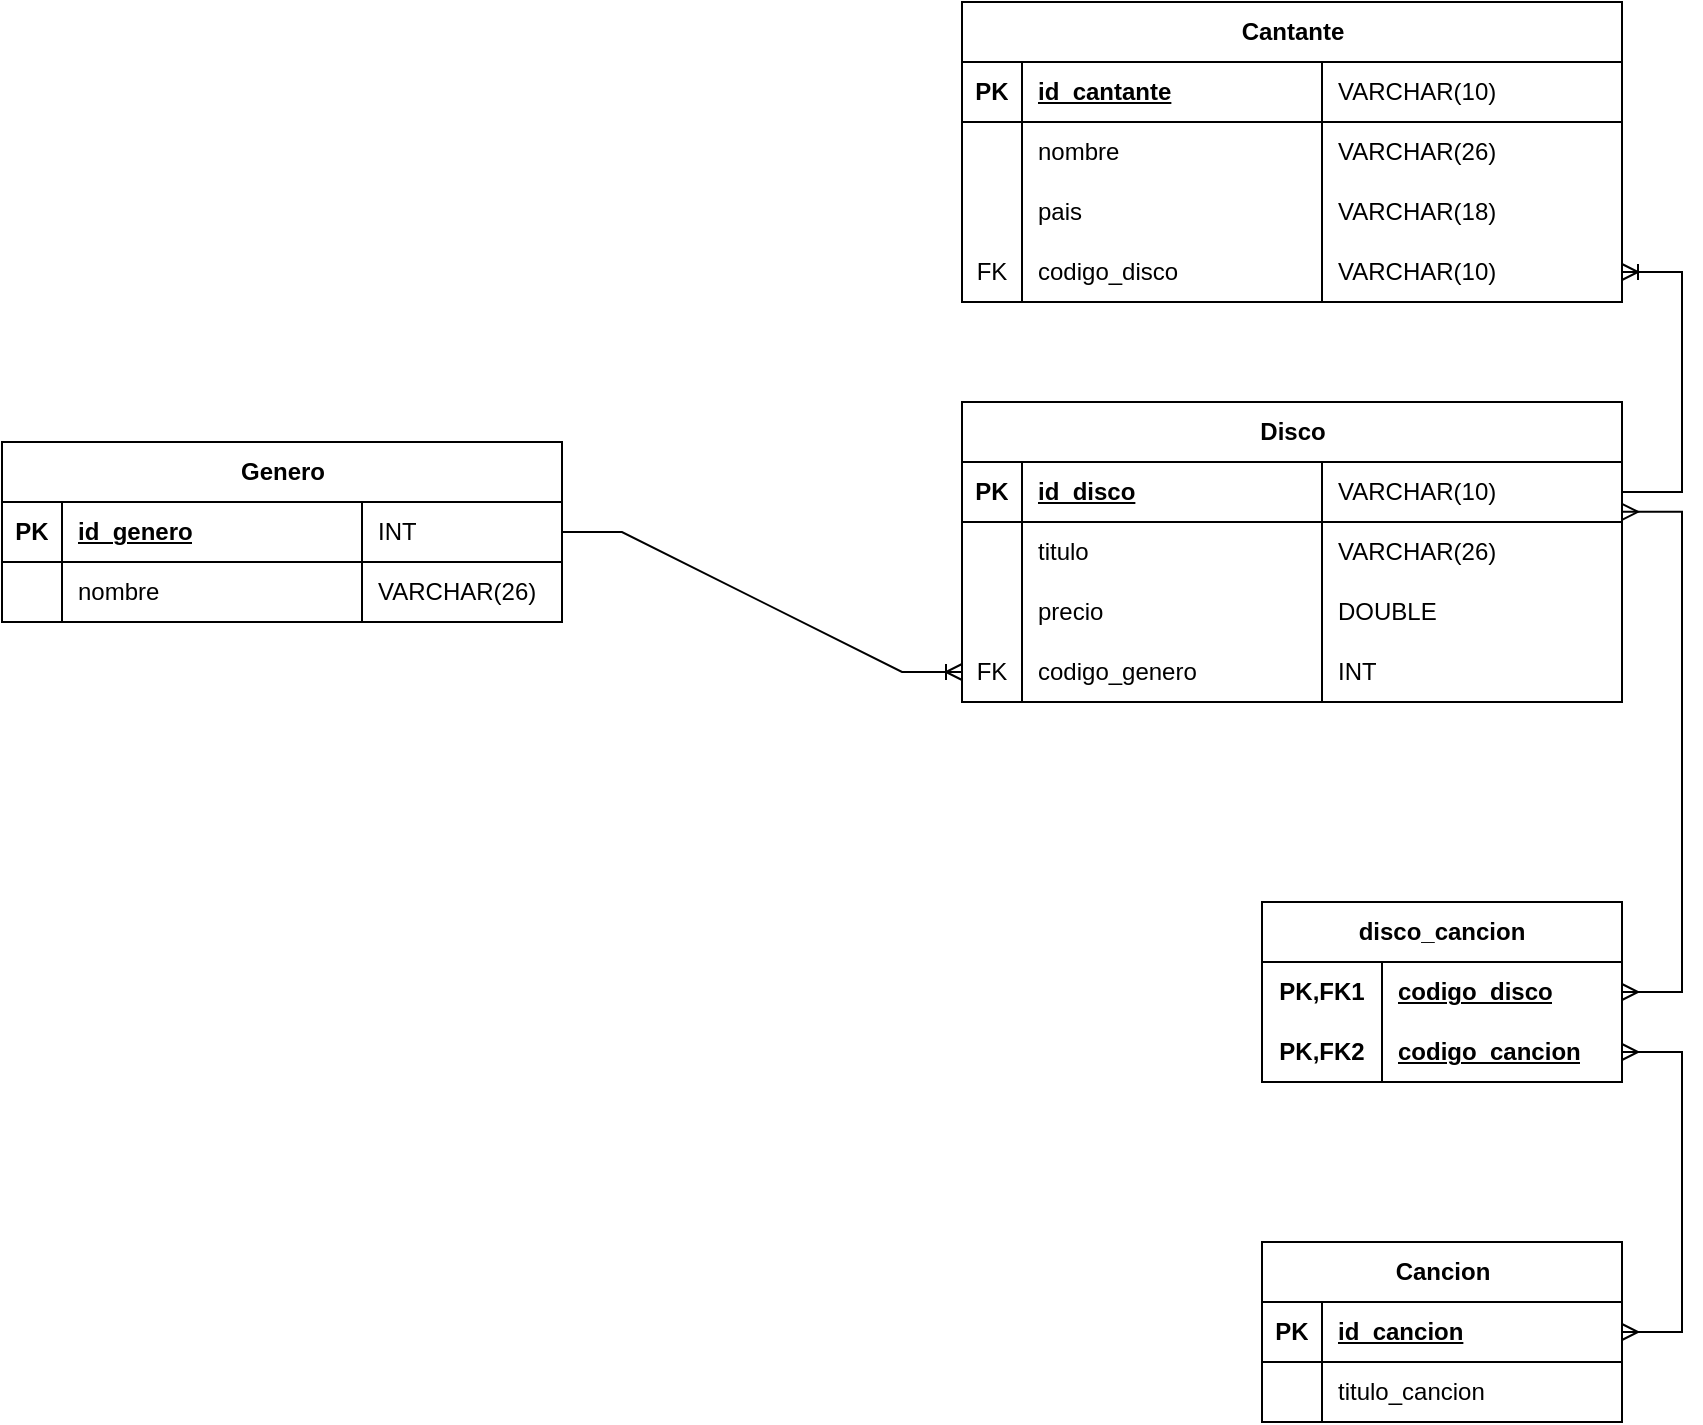
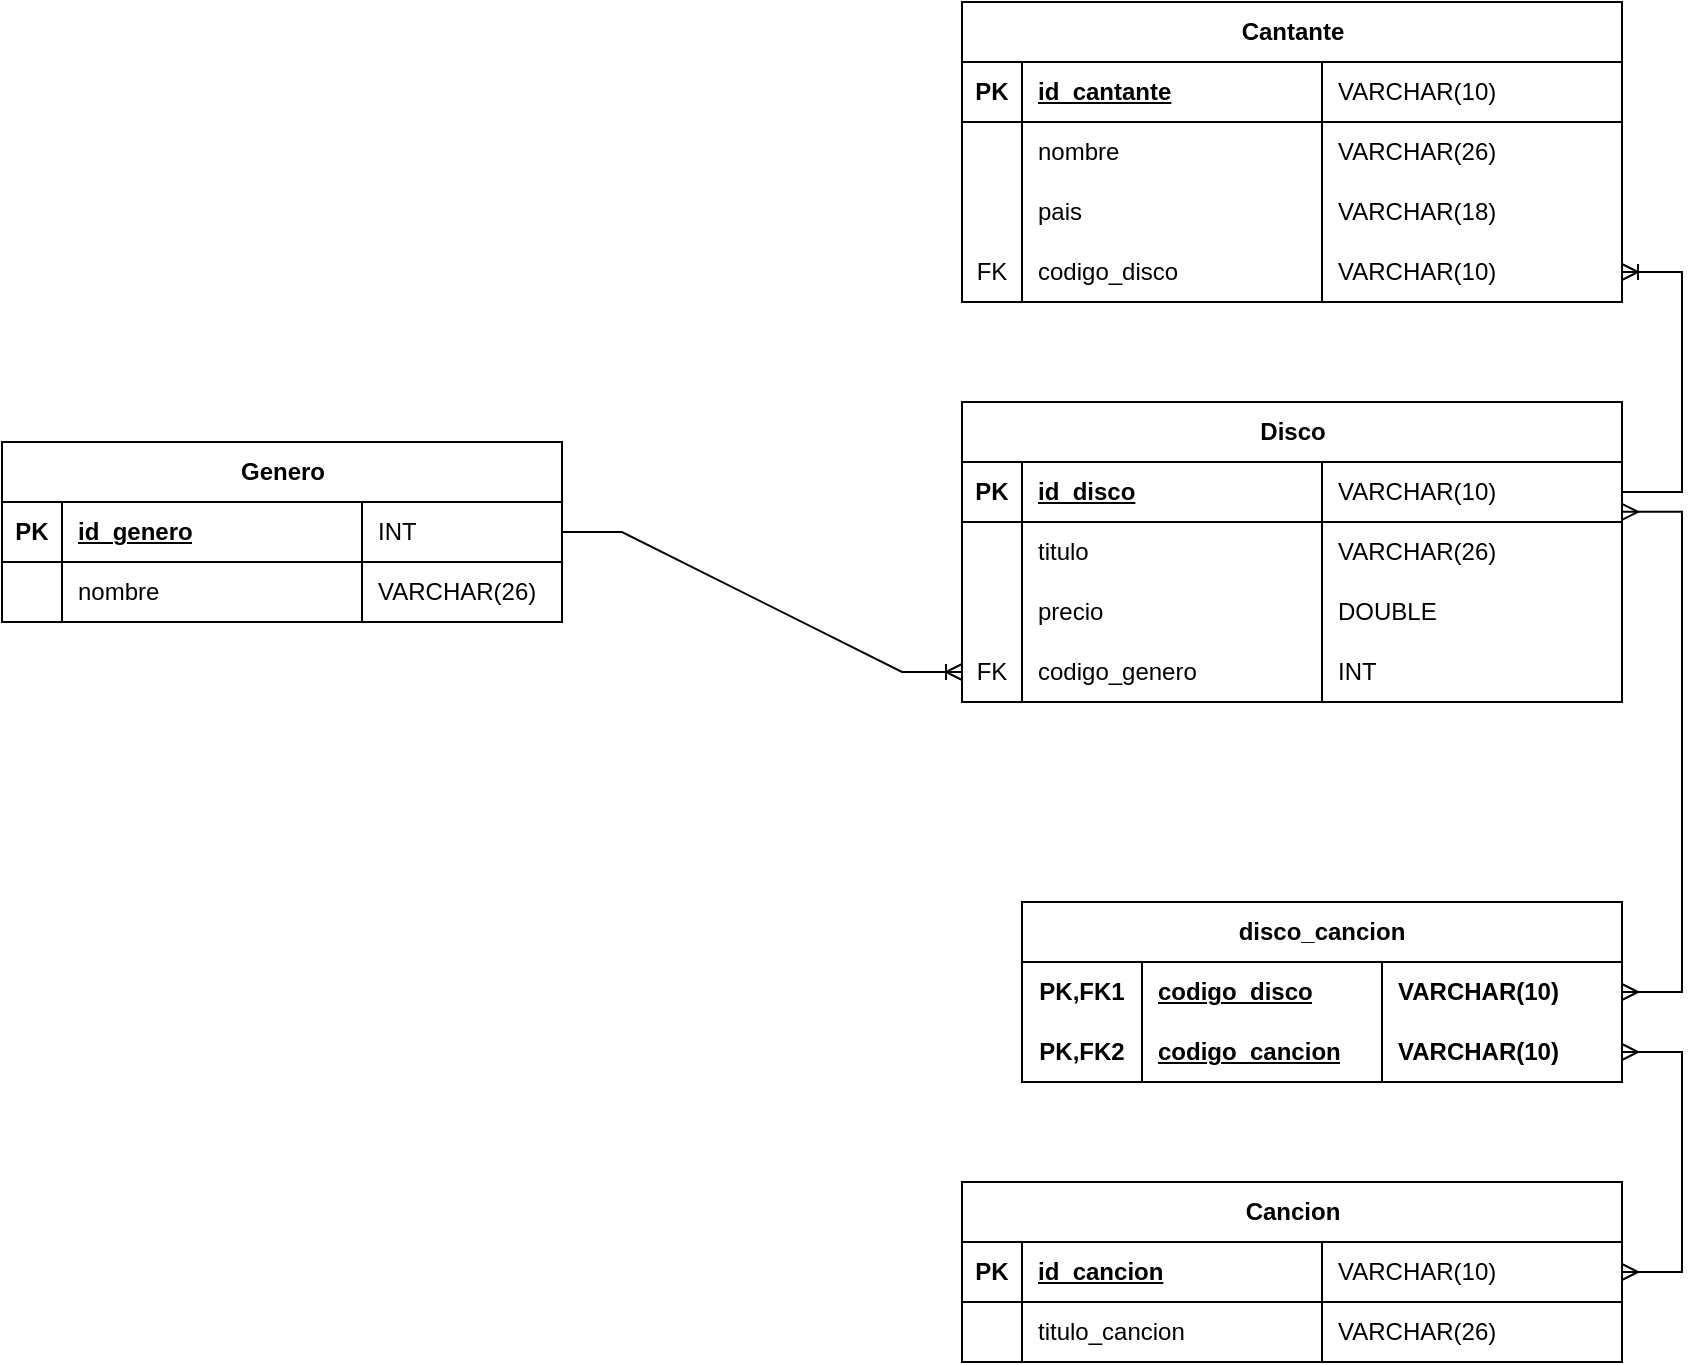
<mxfile host="app.diagrams.net">
  <diagram name="Página-1" id="dqd3KGk54zjCU4Dp6PCk">
    <mxGraphModel dx="1393" dy="975" grid="1" gridSize="10" guides="1" tooltips="1" connect="1" arrows="1" fold="1" page="1" pageScale="1" pageWidth="1200" pageHeight="1600" math="0" shadow="0">
      <root>
        <mxCell id="0" />
        <mxCell id="1" parent="0" />
        <mxCell id="ucTggXmN83-6TeWWMjYJ-1" parent="1" style="shape=table;startSize=30;container=1;collapsible=1;childLayout=tableLayout;fixedRows=1;rowLines=0;fontStyle=1;align=center;resizeLast=1;html=1;" value="Genero" vertex="1">
          <mxGeometry height="90" width="280" x="40" y="260" as="geometry" />
        </mxCell>
        <mxCell id="ucTggXmN83-6TeWWMjYJ-2" parent="ucTggXmN83-6TeWWMjYJ-1" style="shape=tableRow;horizontal=0;startSize=0;swimlaneHead=0;swimlaneBody=0;fillColor=none;collapsible=0;dropTarget=0;points=[[0,0.5],[1,0.5]];portConstraint=eastwest;top=0;left=0;right=0;bottom=1;" value="" vertex="1">
          <mxGeometry height="30" width="280" y="30" as="geometry" />
        </mxCell>
        <mxCell id="ucTggXmN83-6TeWWMjYJ-3" parent="ucTggXmN83-6TeWWMjYJ-2" style="shape=partialRectangle;connectable=0;fillColor=none;top=0;left=0;bottom=0;right=0;fontStyle=1;overflow=hidden;whiteSpace=wrap;html=1;" value="PK" vertex="1">
          <mxGeometry height="30" width="30" as="geometry">
            <mxRectangle height="30" width="30" as="alternateBounds" />
          </mxGeometry>
        </mxCell>
        <mxCell id="ucTggXmN83-6TeWWMjYJ-27" parent="ucTggXmN83-6TeWWMjYJ-2" style="shape=partialRectangle;connectable=0;fillColor=none;top=0;left=0;bottom=0;right=0;align=left;spacingLeft=6;fontStyle=5;overflow=hidden;whiteSpace=wrap;html=1;" value="id_genero" vertex="1">
          <mxGeometry height="30" width="150" x="30" as="geometry">
            <mxRectangle height="30" width="150" as="alternateBounds" />
          </mxGeometry>
        </mxCell>
        <mxCell id="ucTggXmN83-6TeWWMjYJ-4" parent="ucTggXmN83-6TeWWMjYJ-2" style="shape=partialRectangle;connectable=0;fillColor=none;top=0;left=0;bottom=0;right=0;align=left;spacingLeft=6;fontStyle=0;overflow=hidden;whiteSpace=wrap;html=1;" value="INT" vertex="1">
          <mxGeometry height="30" width="100" x="180" as="geometry">
            <mxRectangle height="30" width="100" as="alternateBounds" />
          </mxGeometry>
        </mxCell>
        <mxCell id="ucTggXmN83-6TeWWMjYJ-5" parent="ucTggXmN83-6TeWWMjYJ-1" style="shape=tableRow;horizontal=0;startSize=0;swimlaneHead=0;swimlaneBody=0;fillColor=none;collapsible=0;dropTarget=0;points=[[0,0.5],[1,0.5]];portConstraint=eastwest;top=0;left=0;right=0;bottom=0;" value="" vertex="1">
          <mxGeometry height="30" width="280" y="60" as="geometry" />
        </mxCell>
        <mxCell id="ucTggXmN83-6TeWWMjYJ-6" parent="ucTggXmN83-6TeWWMjYJ-5" style="shape=partialRectangle;connectable=0;fillColor=none;top=0;left=0;bottom=0;right=0;editable=1;overflow=hidden;whiteSpace=wrap;html=1;" value="" vertex="1">
          <mxGeometry height="30" width="30" as="geometry">
            <mxRectangle height="30" width="30" as="alternateBounds" />
          </mxGeometry>
        </mxCell>
        <mxCell id="ucTggXmN83-6TeWWMjYJ-28" parent="ucTggXmN83-6TeWWMjYJ-5" style="shape=partialRectangle;connectable=0;fillColor=none;top=0;left=0;bottom=0;right=0;align=left;spacingLeft=6;overflow=hidden;whiteSpace=wrap;html=1;" value="nombre" vertex="1">
          <mxGeometry height="30" width="150" x="30" as="geometry">
            <mxRectangle height="30" width="150" as="alternateBounds" />
          </mxGeometry>
        </mxCell>
        <mxCell id="ucTggXmN83-6TeWWMjYJ-7" parent="ucTggXmN83-6TeWWMjYJ-5" style="shape=partialRectangle;connectable=0;fillColor=none;top=0;left=0;bottom=0;right=0;align=left;spacingLeft=6;overflow=hidden;whiteSpace=wrap;html=1;" value="VARCHAR(26)" vertex="1">
          <mxGeometry height="30" width="100" x="180" as="geometry">
            <mxRectangle height="30" width="100" as="alternateBounds" />
          </mxGeometry>
        </mxCell>
        <mxCell id="ucTggXmN83-6TeWWMjYJ-14" parent="1" style="shape=table;startSize=30;container=1;collapsible=1;childLayout=tableLayout;fixedRows=1;rowLines=0;fontStyle=1;align=center;resizeLast=1;html=1;" value="Disco" vertex="1">
          <mxGeometry height="150" width="330" x="520" y="240" as="geometry" />
        </mxCell>
        <mxCell id="ucTggXmN83-6TeWWMjYJ-15" parent="ucTggXmN83-6TeWWMjYJ-14" style="shape=tableRow;horizontal=0;startSize=0;swimlaneHead=0;swimlaneBody=0;fillColor=none;collapsible=0;dropTarget=0;points=[[0,0.5],[1,0.5]];portConstraint=eastwest;top=0;left=0;right=0;bottom=1;" value="" vertex="1">
          <mxGeometry height="30" width="330" y="30" as="geometry" />
        </mxCell>
        <mxCell id="ucTggXmN83-6TeWWMjYJ-16" parent="ucTggXmN83-6TeWWMjYJ-15" style="shape=partialRectangle;connectable=0;fillColor=none;top=0;left=0;bottom=0;right=0;fontStyle=1;overflow=hidden;whiteSpace=wrap;html=1;" value="PK" vertex="1">
          <mxGeometry height="30" width="30" as="geometry">
            <mxRectangle height="30" width="30" as="alternateBounds" />
          </mxGeometry>
        </mxCell>
        <mxCell id="ucTggXmN83-6TeWWMjYJ-17" parent="ucTggXmN83-6TeWWMjYJ-15" style="shape=partialRectangle;connectable=0;fillColor=none;top=0;left=0;bottom=0;right=0;align=left;spacingLeft=6;fontStyle=5;overflow=hidden;whiteSpace=wrap;html=1;" value="id_disco" vertex="1">
          <mxGeometry height="30" width="150" x="30" as="geometry">
            <mxRectangle height="30" width="150" as="alternateBounds" />
          </mxGeometry>
        </mxCell>
        <mxCell id="ucTggXmN83-6TeWWMjYJ-29" parent="ucTggXmN83-6TeWWMjYJ-15" style="shape=partialRectangle;connectable=0;fillColor=none;top=0;left=0;bottom=0;right=0;align=left;spacingLeft=6;fontStyle=0;overflow=hidden;whiteSpace=wrap;html=1;" value="VARCHAR(10)" vertex="1">
          <mxGeometry height="30" width="150" x="180" as="geometry">
            <mxRectangle height="30" width="150" as="alternateBounds" />
          </mxGeometry>
        </mxCell>
        <mxCell id="ucTggXmN83-6TeWWMjYJ-18" parent="ucTggXmN83-6TeWWMjYJ-14" style="shape=tableRow;horizontal=0;startSize=0;swimlaneHead=0;swimlaneBody=0;fillColor=none;collapsible=0;dropTarget=0;points=[[0,0.5],[1,0.5]];portConstraint=eastwest;top=0;left=0;right=0;bottom=0;" value="" vertex="1">
          <mxGeometry height="30" width="330" y="60" as="geometry" />
        </mxCell>
        <mxCell id="ucTggXmN83-6TeWWMjYJ-19" parent="ucTggXmN83-6TeWWMjYJ-18" style="shape=partialRectangle;connectable=0;fillColor=none;top=0;left=0;bottom=0;right=0;editable=1;overflow=hidden;whiteSpace=wrap;html=1;" value="" vertex="1">
          <mxGeometry height="30" width="30" as="geometry">
            <mxRectangle height="30" width="30" as="alternateBounds" />
          </mxGeometry>
        </mxCell>
        <mxCell id="ucTggXmN83-6TeWWMjYJ-20" parent="ucTggXmN83-6TeWWMjYJ-18" style="shape=partialRectangle;connectable=0;fillColor=none;top=0;left=0;bottom=0;right=0;align=left;spacingLeft=6;overflow=hidden;whiteSpace=wrap;html=1;" value="titulo" vertex="1">
          <mxGeometry height="30" width="150" x="30" as="geometry">
            <mxRectangle height="30" width="150" as="alternateBounds" />
          </mxGeometry>
        </mxCell>
        <mxCell id="ucTggXmN83-6TeWWMjYJ-30" parent="ucTggXmN83-6TeWWMjYJ-18" style="shape=partialRectangle;connectable=0;fillColor=none;top=0;left=0;bottom=0;right=0;align=left;spacingLeft=6;overflow=hidden;whiteSpace=wrap;html=1;" value="VARCHAR(26)" vertex="1">
          <mxGeometry height="30" width="150" x="180" as="geometry">
            <mxRectangle height="30" width="150" as="alternateBounds" />
          </mxGeometry>
        </mxCell>
        <mxCell id="ucTggXmN83-6TeWWMjYJ-21" parent="ucTggXmN83-6TeWWMjYJ-14" style="shape=tableRow;horizontal=0;startSize=0;swimlaneHead=0;swimlaneBody=0;fillColor=none;collapsible=0;dropTarget=0;points=[[0,0.5],[1,0.5]];portConstraint=eastwest;top=0;left=0;right=0;bottom=0;" value="" vertex="1">
          <mxGeometry height="30" width="330" y="90" as="geometry" />
        </mxCell>
        <mxCell id="ucTggXmN83-6TeWWMjYJ-22" parent="ucTggXmN83-6TeWWMjYJ-21" style="shape=partialRectangle;connectable=0;fillColor=none;top=0;left=0;bottom=0;right=0;editable=1;overflow=hidden;whiteSpace=wrap;html=1;" value="" vertex="1">
          <mxGeometry height="30" width="30" as="geometry">
            <mxRectangle height="30" width="30" as="alternateBounds" />
          </mxGeometry>
        </mxCell>
        <mxCell id="ucTggXmN83-6TeWWMjYJ-23" parent="ucTggXmN83-6TeWWMjYJ-21" style="shape=partialRectangle;connectable=0;fillColor=none;top=0;left=0;bottom=0;right=0;align=left;spacingLeft=6;overflow=hidden;whiteSpace=wrap;html=1;" value="precio" vertex="1">
          <mxGeometry height="30" width="150" x="30" as="geometry">
            <mxRectangle height="30" width="150" as="alternateBounds" />
          </mxGeometry>
        </mxCell>
        <mxCell id="ucTggXmN83-6TeWWMjYJ-31" parent="ucTggXmN83-6TeWWMjYJ-21" style="shape=partialRectangle;connectable=0;fillColor=none;top=0;left=0;bottom=0;right=0;align=left;spacingLeft=6;overflow=hidden;whiteSpace=wrap;html=1;" value="DOUBLE" vertex="1">
          <mxGeometry height="30" width="150" x="180" as="geometry">
            <mxRectangle height="30" width="150" as="alternateBounds" />
          </mxGeometry>
        </mxCell>
        <mxCell id="ucTggXmN83-6TeWWMjYJ-24" parent="ucTggXmN83-6TeWWMjYJ-14" style="shape=tableRow;horizontal=0;startSize=0;swimlaneHead=0;swimlaneBody=0;fillColor=none;collapsible=0;dropTarget=0;points=[[0,0.5],[1,0.5]];portConstraint=eastwest;top=0;left=0;right=0;bottom=0;" value="" vertex="1">
          <mxGeometry height="30" width="330" y="120" as="geometry" />
        </mxCell>
        <mxCell id="ucTggXmN83-6TeWWMjYJ-25" parent="ucTggXmN83-6TeWWMjYJ-24" style="shape=partialRectangle;connectable=0;fillColor=none;top=0;left=0;bottom=0;right=0;editable=1;overflow=hidden;whiteSpace=wrap;html=1;" value="FK" vertex="1">
          <mxGeometry height="30" width="30" as="geometry">
            <mxRectangle height="30" width="30" as="alternateBounds" />
          </mxGeometry>
        </mxCell>
        <mxCell id="ucTggXmN83-6TeWWMjYJ-26" parent="ucTggXmN83-6TeWWMjYJ-24" style="shape=partialRectangle;connectable=0;fillColor=none;top=0;left=0;bottom=0;right=0;align=left;spacingLeft=6;overflow=hidden;whiteSpace=wrap;html=1;" value="codigo_genero" vertex="1">
          <mxGeometry height="30" width="150" x="30" as="geometry">
            <mxRectangle height="30" width="150" as="alternateBounds" />
          </mxGeometry>
        </mxCell>
        <mxCell id="ucTggXmN83-6TeWWMjYJ-32" parent="ucTggXmN83-6TeWWMjYJ-24" style="shape=partialRectangle;connectable=0;fillColor=none;top=0;left=0;bottom=0;right=0;align=left;spacingLeft=6;overflow=hidden;whiteSpace=wrap;html=1;" value="INT" vertex="1">
          <mxGeometry height="30" width="150" x="180" as="geometry">
            <mxRectangle height="30" width="150" as="alternateBounds" />
          </mxGeometry>
        </mxCell>
        <mxCell id="ucTggXmN83-6TeWWMjYJ-46" parent="1" style="shape=table;startSize=30;container=1;collapsible=1;childLayout=tableLayout;fixedRows=1;rowLines=0;fontStyle=1;align=center;resizeLast=1;html=1;" value="Cantante" vertex="1">
          <mxGeometry height="150" width="330" x="520" y="40" as="geometry" />
        </mxCell>
        <mxCell id="ucTggXmN83-6TeWWMjYJ-47" parent="ucTggXmN83-6TeWWMjYJ-46" style="shape=tableRow;horizontal=0;startSize=0;swimlaneHead=0;swimlaneBody=0;fillColor=none;collapsible=0;dropTarget=0;points=[[0,0.5],[1,0.5]];portConstraint=eastwest;top=0;left=0;right=0;bottom=1;" value="" vertex="1">
          <mxGeometry height="30" width="330" y="30" as="geometry" />
        </mxCell>
        <mxCell id="ucTggXmN83-6TeWWMjYJ-48" parent="ucTggXmN83-6TeWWMjYJ-47" style="shape=partialRectangle;connectable=0;fillColor=none;top=0;left=0;bottom=0;right=0;fontStyle=1;overflow=hidden;whiteSpace=wrap;html=1;" value="PK" vertex="1">
          <mxGeometry height="30" width="30" as="geometry">
            <mxRectangle height="30" width="30" as="alternateBounds" />
          </mxGeometry>
        </mxCell>
        <mxCell id="ucTggXmN83-6TeWWMjYJ-49" parent="ucTggXmN83-6TeWWMjYJ-47" style="shape=partialRectangle;connectable=0;fillColor=none;top=0;left=0;bottom=0;right=0;align=left;spacingLeft=6;fontStyle=5;overflow=hidden;whiteSpace=wrap;html=1;" value="id_cantante" vertex="1">
          <mxGeometry height="30" width="150" x="30" as="geometry">
            <mxRectangle height="30" width="150" as="alternateBounds" />
          </mxGeometry>
        </mxCell>
        <mxCell id="ucTggXmN83-6TeWWMjYJ-59" parent="ucTggXmN83-6TeWWMjYJ-47" style="shape=partialRectangle;connectable=0;fillColor=none;top=0;left=0;bottom=0;right=0;align=left;spacingLeft=6;fontStyle=0;overflow=hidden;whiteSpace=wrap;html=1;" value="VARCHAR(10)" vertex="1">
          <mxGeometry height="30" width="150" x="180" as="geometry">
            <mxRectangle height="30" width="150" as="alternateBounds" />
          </mxGeometry>
        </mxCell>
        <mxCell id="ucTggXmN83-6TeWWMjYJ-50" parent="ucTggXmN83-6TeWWMjYJ-46" style="shape=tableRow;horizontal=0;startSize=0;swimlaneHead=0;swimlaneBody=0;fillColor=none;collapsible=0;dropTarget=0;points=[[0,0.5],[1,0.5]];portConstraint=eastwest;top=0;left=0;right=0;bottom=0;" value="" vertex="1">
          <mxGeometry height="30" width="330" y="60" as="geometry" />
        </mxCell>
        <mxCell id="ucTggXmN83-6TeWWMjYJ-51" parent="ucTggXmN83-6TeWWMjYJ-50" style="shape=partialRectangle;connectable=0;fillColor=none;top=0;left=0;bottom=0;right=0;editable=1;overflow=hidden;whiteSpace=wrap;html=1;" value="" vertex="1">
          <mxGeometry height="30" width="30" as="geometry">
            <mxRectangle height="30" width="30" as="alternateBounds" />
          </mxGeometry>
        </mxCell>
        <mxCell id="ucTggXmN83-6TeWWMjYJ-52" parent="ucTggXmN83-6TeWWMjYJ-50" style="shape=partialRectangle;connectable=0;fillColor=none;top=0;left=0;bottom=0;right=0;align=left;spacingLeft=6;overflow=hidden;whiteSpace=wrap;html=1;" value="nombre" vertex="1">
          <mxGeometry height="30" width="150" x="30" as="geometry">
            <mxRectangle height="30" width="150" as="alternateBounds" />
          </mxGeometry>
        </mxCell>
        <mxCell id="ucTggXmN83-6TeWWMjYJ-60" parent="ucTggXmN83-6TeWWMjYJ-50" style="shape=partialRectangle;connectable=0;fillColor=none;top=0;left=0;bottom=0;right=0;align=left;spacingLeft=6;overflow=hidden;whiteSpace=wrap;html=1;" value="VARCHAR(26)" vertex="1">
          <mxGeometry height="30" width="150" x="180" as="geometry">
            <mxRectangle height="30" width="150" as="alternateBounds" />
          </mxGeometry>
        </mxCell>
        <mxCell id="ucTggXmN83-6TeWWMjYJ-53" parent="ucTggXmN83-6TeWWMjYJ-46" style="shape=tableRow;horizontal=0;startSize=0;swimlaneHead=0;swimlaneBody=0;fillColor=none;collapsible=0;dropTarget=0;points=[[0,0.5],[1,0.5]];portConstraint=eastwest;top=0;left=0;right=0;bottom=0;" value="" vertex="1">
          <mxGeometry height="30" width="330" y="90" as="geometry" />
        </mxCell>
        <mxCell id="ucTggXmN83-6TeWWMjYJ-54" parent="ucTggXmN83-6TeWWMjYJ-53" style="shape=partialRectangle;connectable=0;fillColor=none;top=0;left=0;bottom=0;right=0;editable=1;overflow=hidden;whiteSpace=wrap;html=1;" value="" vertex="1">
          <mxGeometry height="30" width="30" as="geometry">
            <mxRectangle height="30" width="30" as="alternateBounds" />
          </mxGeometry>
        </mxCell>
        <mxCell id="ucTggXmN83-6TeWWMjYJ-55" parent="ucTggXmN83-6TeWWMjYJ-53" style="shape=partialRectangle;connectable=0;fillColor=none;top=0;left=0;bottom=0;right=0;align=left;spacingLeft=6;overflow=hidden;whiteSpace=wrap;html=1;" value="pais" vertex="1">
          <mxGeometry height="30" width="150" x="30" as="geometry">
            <mxRectangle height="30" width="150" as="alternateBounds" />
          </mxGeometry>
        </mxCell>
        <mxCell id="ucTggXmN83-6TeWWMjYJ-61" parent="ucTggXmN83-6TeWWMjYJ-53" style="shape=partialRectangle;connectable=0;fillColor=none;top=0;left=0;bottom=0;right=0;align=left;spacingLeft=6;overflow=hidden;whiteSpace=wrap;html=1;" value="VARCHAR(18)" vertex="1">
          <mxGeometry height="30" width="150" x="180" as="geometry">
            <mxRectangle height="30" width="150" as="alternateBounds" />
          </mxGeometry>
        </mxCell>
        <mxCell id="ucTggXmN83-6TeWWMjYJ-56" parent="ucTggXmN83-6TeWWMjYJ-46" style="shape=tableRow;horizontal=0;startSize=0;swimlaneHead=0;swimlaneBody=0;fillColor=none;collapsible=0;dropTarget=0;points=[[0,0.5],[1,0.5]];portConstraint=eastwest;top=0;left=0;right=0;bottom=0;" value="" vertex="1">
          <mxGeometry height="30" width="330" y="120" as="geometry" />
        </mxCell>
        <mxCell id="ucTggXmN83-6TeWWMjYJ-57" parent="ucTggXmN83-6TeWWMjYJ-56" style="shape=partialRectangle;connectable=0;fillColor=none;top=0;left=0;bottom=0;right=0;editable=1;overflow=hidden;whiteSpace=wrap;html=1;" value="FK" vertex="1">
          <mxGeometry height="30" width="30" as="geometry">
            <mxRectangle height="30" width="30" as="alternateBounds" />
          </mxGeometry>
        </mxCell>
        <mxCell id="ucTggXmN83-6TeWWMjYJ-58" parent="ucTggXmN83-6TeWWMjYJ-56" style="shape=partialRectangle;connectable=0;fillColor=none;top=0;left=0;bottom=0;right=0;align=left;spacingLeft=6;overflow=hidden;whiteSpace=wrap;html=1;" value="codigo_disco" vertex="1">
          <mxGeometry height="30" width="150" x="30" as="geometry">
            <mxRectangle height="30" width="150" as="alternateBounds" />
          </mxGeometry>
        </mxCell>
        <mxCell id="ucTggXmN83-6TeWWMjYJ-62" parent="ucTggXmN83-6TeWWMjYJ-56" style="shape=partialRectangle;connectable=0;fillColor=none;top=0;left=0;bottom=0;right=0;align=left;spacingLeft=6;overflow=hidden;whiteSpace=wrap;html=1;" value="VARCHAR(10)" vertex="1">
          <mxGeometry height="30" width="150" x="180" as="geometry">
            <mxRectangle height="30" width="150" as="alternateBounds" />
          </mxGeometry>
        </mxCell>
        <mxCell id="ucTggXmN83-6TeWWMjYJ-63" edge="1" parent="1" source="ucTggXmN83-6TeWWMjYJ-2" style="edgeStyle=entityRelationEdgeStyle;fontSize=12;html=1;endArrow=ERoneToMany;rounded=0;exitX=1;exitY=0.5;exitDx=0;exitDy=0;entryX=0;entryY=0.5;entryDx=0;entryDy=0;" target="ucTggXmN83-6TeWWMjYJ-24" value="">
          <mxGeometry height="100" relative="1" width="100" as="geometry">
            <mxPoint x="340" y="330" as="sourcePoint" />
            <mxPoint x="440" y="230" as="targetPoint" />
          </mxGeometry>
        </mxCell>
        <mxCell id="ucTggXmN83-6TeWWMjYJ-65" edge="1" parent="1" source="ucTggXmN83-6TeWWMjYJ-15" style="edgeStyle=entityRelationEdgeStyle;fontSize=12;html=1;endArrow=ERoneToMany;rounded=0;entryX=1;entryY=0.5;entryDx=0;entryDy=0;exitX=1;exitY=0.5;exitDx=0;exitDy=0;" target="ucTggXmN83-6TeWWMjYJ-56" value="">
          <mxGeometry height="100" relative="1" width="100" as="geometry">
            <mxPoint x="850" y="280" as="sourcePoint" />
            <mxPoint x="850" y="170" as="targetPoint" />
          </mxGeometry>
        </mxCell>
        <mxCell id="ucTggXmN83-6TeWWMjYJ-79" parent="1" style="shape=table;startSize=30;container=1;collapsible=1;childLayout=tableLayout;fixedRows=1;rowLines=0;fontStyle=1;align=center;resizeLast=1;html=1;whiteSpace=wrap;" value="disco_cancion" vertex="1">
-           <mxGeometry height="90" width="180" x="670" y="490" as="geometry" />
+           <mxGeometry height="90" width="300" x="550" y="490" as="geometry" />
        </mxCell>
        <mxCell id="ucTggXmN83-6TeWWMjYJ-80" parent="ucTggXmN83-6TeWWMjYJ-79" style="shape=tableRow;horizontal=0;startSize=0;swimlaneHead=0;swimlaneBody=0;fillColor=none;collapsible=0;dropTarget=0;points=[[0,0.5],[1,0.5]];portConstraint=eastwest;top=0;left=0;right=0;bottom=0;html=1;" value="" vertex="1">
-           <mxGeometry height="30" width="180" y="30" as="geometry" />
+           <mxGeometry height="30" width="300" y="30" as="geometry" />
        </mxCell>
        <mxCell id="ucTggXmN83-6TeWWMjYJ-81" parent="ucTggXmN83-6TeWWMjYJ-80" style="shape=partialRectangle;connectable=0;fillColor=none;top=0;left=0;bottom=0;right=0;fontStyle=1;overflow=hidden;html=1;whiteSpace=wrap;" value="PK,FK1" vertex="1">
          <mxGeometry height="30" width="60" as="geometry">
            <mxRectangle height="30" width="60" as="alternateBounds" />
          </mxGeometry>
        </mxCell>
        <mxCell id="ucTggXmN83-6TeWWMjYJ-82" parent="ucTggXmN83-6TeWWMjYJ-80" style="shape=partialRectangle;connectable=0;fillColor=none;top=0;left=0;bottom=0;right=0;align=left;spacingLeft=6;fontStyle=5;overflow=hidden;html=1;whiteSpace=wrap;" value="codigo_disco" vertex="1">
          <mxGeometry height="30" width="120" x="60" as="geometry">
            <mxRectangle height="30" width="120" as="alternateBounds" />
          </mxGeometry>
        </mxCell>
+         <mxCell id="3OPoe1tSoZNDRvGXRJAD-1" parent="ucTggXmN83-6TeWWMjYJ-80" style="shape=partialRectangle;connectable=0;fillColor=none;top=0;left=0;bottom=0;right=0;align=left;spacingLeft=6;fontStyle=1;overflow=hidden;html=1;whiteSpace=wrap;" value="VARCHAR(10)" vertex="1">
+           <mxGeometry height="30" width="120" x="180" as="geometry">
+             <mxRectangle height="30" width="120" as="alternateBounds" />
+           </mxGeometry>
+         </mxCell>
        <mxCell id="ucTggXmN83-6TeWWMjYJ-83" parent="ucTggXmN83-6TeWWMjYJ-79" style="shape=tableRow;horizontal=0;startSize=0;swimlaneHead=0;swimlaneBody=0;fillColor=none;collapsible=0;dropTarget=0;points=[[0,0.5],[1,0.5]];portConstraint=eastwest;top=0;left=0;right=0;bottom=1;html=1;" value="" vertex="1">
-           <mxGeometry height="30" width="180" y="60" as="geometry" />
+           <mxGeometry height="30" width="300" y="60" as="geometry" />
        </mxCell>
        <mxCell id="ucTggXmN83-6TeWWMjYJ-84" parent="ucTggXmN83-6TeWWMjYJ-83" style="shape=partialRectangle;connectable=0;fillColor=none;top=0;left=0;bottom=0;right=0;fontStyle=1;overflow=hidden;html=1;whiteSpace=wrap;" value="PK,FK2" vertex="1">
          <mxGeometry height="30" width="60" as="geometry">
            <mxRectangle height="30" width="60" as="alternateBounds" />
          </mxGeometry>
        </mxCell>
        <mxCell id="ucTggXmN83-6TeWWMjYJ-85" parent="ucTggXmN83-6TeWWMjYJ-83" style="shape=partialRectangle;connectable=0;fillColor=none;top=0;left=0;bottom=0;right=0;align=left;spacingLeft=6;fontStyle=5;overflow=hidden;html=1;whiteSpace=wrap;" value="codigo_cancion" vertex="1">
          <mxGeometry height="30" width="120" x="60" as="geometry">
            <mxRectangle height="30" width="120" as="alternateBounds" />
          </mxGeometry>
        </mxCell>
+         <mxCell id="3OPoe1tSoZNDRvGXRJAD-2" parent="ucTggXmN83-6TeWWMjYJ-83" style="shape=partialRectangle;connectable=0;fillColor=none;top=0;left=0;bottom=0;right=0;align=left;spacingLeft=6;fontStyle=1;overflow=hidden;html=1;whiteSpace=wrap;" value="VARCHAR(10)" vertex="1">
+           <mxGeometry height="30" width="120" x="180" as="geometry">
+             <mxRectangle height="30" width="120" as="alternateBounds" />
+           </mxGeometry>
+         </mxCell>
        <mxCell id="ucTggXmN83-6TeWWMjYJ-92" parent="1" style="shape=table;startSize=30;container=1;collapsible=1;childLayout=tableLayout;fixedRows=1;rowLines=0;fontStyle=1;align=center;resizeLast=1;html=1;" value="Cancion" vertex="1">
-           <mxGeometry height="90" width="180" x="670" y="660" as="geometry" />
+           <mxGeometry height="90" width="330" x="520" y="630" as="geometry" />
        </mxCell>
        <mxCell id="ucTggXmN83-6TeWWMjYJ-93" parent="ucTggXmN83-6TeWWMjYJ-92" style="shape=tableRow;horizontal=0;startSize=0;swimlaneHead=0;swimlaneBody=0;fillColor=none;collapsible=0;dropTarget=0;points=[[0,0.5],[1,0.5]];portConstraint=eastwest;top=0;left=0;right=0;bottom=1;" value="" vertex="1">
-           <mxGeometry height="30" width="180" y="30" as="geometry" />
+           <mxGeometry height="30" width="330" y="30" as="geometry" />
        </mxCell>
        <mxCell id="ucTggXmN83-6TeWWMjYJ-94" parent="ucTggXmN83-6TeWWMjYJ-93" style="shape=partialRectangle;connectable=0;fillColor=none;top=0;left=0;bottom=0;right=0;fontStyle=1;overflow=hidden;whiteSpace=wrap;html=1;" value="PK" vertex="1">
          <mxGeometry height="30" width="30" as="geometry">
            <mxRectangle height="30" width="30" as="alternateBounds" />
          </mxGeometry>
        </mxCell>
        <mxCell id="ucTggXmN83-6TeWWMjYJ-95" parent="ucTggXmN83-6TeWWMjYJ-93" style="shape=partialRectangle;connectable=0;fillColor=none;top=0;left=0;bottom=0;right=0;align=left;spacingLeft=6;fontStyle=5;overflow=hidden;whiteSpace=wrap;html=1;" value="id_cancion" vertex="1">
          <mxGeometry height="30" width="150" x="30" as="geometry">
            <mxRectangle height="30" width="150" as="alternateBounds" />
          </mxGeometry>
        </mxCell>
+         <mxCell id="3OPoe1tSoZNDRvGXRJAD-3" parent="ucTggXmN83-6TeWWMjYJ-93" style="shape=partialRectangle;connectable=0;fillColor=none;top=0;left=0;bottom=0;right=0;align=left;spacingLeft=6;fontStyle=0;overflow=hidden;whiteSpace=wrap;html=1;" value="VARCHAR(10)" vertex="1">
+           <mxGeometry height="30" width="150" x="180" as="geometry">
+             <mxRectangle height="30" width="150" as="alternateBounds" />
+           </mxGeometry>
+         </mxCell>
        <mxCell id="ucTggXmN83-6TeWWMjYJ-96" parent="ucTggXmN83-6TeWWMjYJ-92" style="shape=tableRow;horizontal=0;startSize=0;swimlaneHead=0;swimlaneBody=0;fillColor=none;collapsible=0;dropTarget=0;points=[[0,0.5],[1,0.5]];portConstraint=eastwest;top=0;left=0;right=0;bottom=0;" value="" vertex="1">
-           <mxGeometry height="30" width="180" y="60" as="geometry" />
+           <mxGeometry height="30" width="330" y="60" as="geometry" />
        </mxCell>
        <mxCell id="ucTggXmN83-6TeWWMjYJ-97" parent="ucTggXmN83-6TeWWMjYJ-96" style="shape=partialRectangle;connectable=0;fillColor=none;top=0;left=0;bottom=0;right=0;editable=1;overflow=hidden;whiteSpace=wrap;html=1;" value="" vertex="1">
          <mxGeometry height="30" width="30" as="geometry">
            <mxRectangle height="30" width="30" as="alternateBounds" />
          </mxGeometry>
        </mxCell>
        <mxCell id="ucTggXmN83-6TeWWMjYJ-98" parent="ucTggXmN83-6TeWWMjYJ-96" style="shape=partialRectangle;connectable=0;fillColor=none;top=0;left=0;bottom=0;right=0;align=left;spacingLeft=6;overflow=hidden;whiteSpace=wrap;html=1;" value="titulo_cancion" vertex="1">
          <mxGeometry height="30" width="150" x="30" as="geometry">
+             <mxRectangle height="30" width="150" as="alternateBounds" />
+           </mxGeometry>
+         </mxCell>
+         <mxCell id="3OPoe1tSoZNDRvGXRJAD-4" parent="ucTggXmN83-6TeWWMjYJ-96" style="shape=partialRectangle;connectable=0;fillColor=none;top=0;left=0;bottom=0;right=0;align=left;spacingLeft=6;overflow=hidden;whiteSpace=wrap;html=1;" value="VARCHAR(26)" vertex="1">
+           <mxGeometry height="30" width="150" x="180" as="geometry">
            <mxRectangle height="30" width="150" as="alternateBounds" />
          </mxGeometry>
        </mxCell>
        <mxCell id="ucTggXmN83-6TeWWMjYJ-105" edge="1" parent="1" source="ucTggXmN83-6TeWWMjYJ-93" style="edgeStyle=entityRelationEdgeStyle;fontSize=12;html=1;endArrow=ERmany;startArrow=ERmany;rounded=0;entryX=1;entryY=0.5;entryDx=0;entryDy=0;" target="ucTggXmN83-6TeWWMjYJ-83" value="">
          <mxGeometry height="100" relative="1" width="100" as="geometry">
            <mxPoint x="570" y="670" as="sourcePoint" />
            <mxPoint x="670" y="570" as="targetPoint" />
          </mxGeometry>
        </mxCell>
        <mxCell id="ucTggXmN83-6TeWWMjYJ-106" edge="1" parent="1" source="ucTggXmN83-6TeWWMjYJ-80" style="edgeStyle=entityRelationEdgeStyle;fontSize=12;html=1;endArrow=ERmany;startArrow=ERmany;rounded=0;exitX=1;exitY=0.5;exitDx=0;exitDy=0;entryX=1;entryY=0.831;entryDx=0;entryDy=0;entryPerimeter=0;" target="ucTggXmN83-6TeWWMjYJ-15" value="">
          <mxGeometry height="100" relative="1" width="100" as="geometry">
            <mxPoint x="840" y="440" as="sourcePoint" />
            <mxPoint x="940" y="340" as="targetPoint" />
          </mxGeometry>
        </mxCell>
      </root>
    </mxGraphModel>
  </diagram>
</mxfile>
